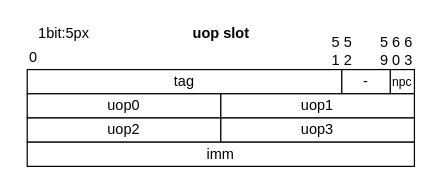
Above: src/Arch/HT/xa64/pictures/manual_uop_slot.drawio in xieby1/xieby1.github.io (draw.io), before the change. Source tidied: cells renumbered, new cells numbered last; positions are measured from the earlier drawing's top-left corner, leaving out a move shared by most shapes. Both pictures are drawn from the tidied source at 121%, with x=0, y=0 at pixel (21, 21).
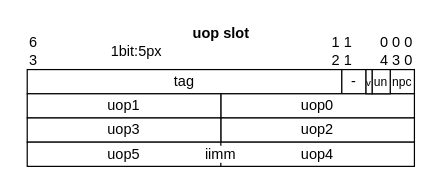
Above is the later version.

Change to the diagram source:
```diff
@@
     <mxCell id="3" value="1bit:5px" style="text;html=1;align=center;verticalAlign=middle;strokeColor=none;fillColor=none;fontFamily=mono;" parent="1" vertex="1">
-      <mxGeometry width="70" height="20" as="geometry" />
+      <mxGeometry x="60" y="15" width="70" height="20" as="geometry" />
     </mxCell>
-    <mxCell id="4" value="0" style="text;html=1;align=left;verticalAlign=middle;strokeColor=none;fillColor=none;fontFamily=mono;" parent="1" vertex="1">
-      <mxGeometry x="5" y="20" width="20" height="20" as="geometry" />
+    <mxCell id="4" value="6&lt;br&gt;3" style="text;html=1;align=left;verticalAlign=middle;strokeColor=none;fillColor=none;fontFamily=mono;" parent="1" vertex="1">
+      <mxGeometry x="5" y="10" width="20" height="30" as="geometry" />
     </mxCell>
@@
     <mxCell id="6" value="-" style="rounded=0;whiteSpace=wrap;html=1;fontFamily=mono;" parent="1" vertex="1">
-      <mxGeometry x="265" y="40" width="40" height="20" as="geometry" />
+      <mxGeometry x="265" y="40" width="20" height="20" as="geometry" />
     </mxCell>
-    <mxCell id="7" value="5&lt;br&gt;1" style="text;html=1;align=left;verticalAlign=middle;strokeColor=none;fillColor=none;fontFamily=mono;" parent="1" vertex="1">
+    <mxCell id="7" value="1&lt;br&gt;2" style="text;html=1;align=left;verticalAlign=middle;strokeColor=none;fillColor=none;fontFamily=mono;" parent="1" vertex="1">
       <mxGeometry x="255" y="10" width="20" height="30" as="geometry" />
     </mxCell>
-    <mxCell id="8" value="5&lt;br&gt;2" style="text;html=1;align=left;verticalAlign=middle;strokeColor=none;fillColor=none;fontFamily=mono;" parent="1" vertex="1">
+    <mxCell id="8" value="1&lt;br&gt;1" style="text;html=1;align=left;verticalAlign=middle;strokeColor=none;fillColor=none;fontFamily=mono;" parent="1" vertex="1">
       <mxGeometry x="265" y="10" width="20" height="30" as="geometry" />
     </mxCell>
-    <mxCell id="9" value="5&lt;br&gt;9" style="text;html=1;align=left;verticalAlign=middle;strokeColor=none;fillColor=none;fontFamily=mono;" parent="1" vertex="1">
+    <mxCell id="9" value="0&lt;br&gt;4" style="text;html=1;align=left;verticalAlign=middle;strokeColor=none;fillColor=none;fontFamily=mono;" parent="1" vertex="1">
       <mxGeometry x="295" y="10" width="20" height="30" as="geometry" />
     </mxCell>
-    <mxCell id="10" value="6&lt;br&gt;0" style="text;html=1;align=left;verticalAlign=middle;strokeColor=none;fillColor=none;fontFamily=mono;" parent="1" vertex="1">
+    <mxCell id="10" value="0&lt;br&gt;3" style="text;html=1;align=left;verticalAlign=middle;strokeColor=none;fillColor=none;fontFamily=mono;" parent="1" vertex="1">
       <mxGeometry x="305" y="10" width="20" height="30" as="geometry" />
     </mxCell>
-    <mxCell id="11" value="6&lt;br&gt;3" style="text;html=1;align=left;verticalAlign=middle;strokeColor=none;fillColor=none;fontFamily=mono;" parent="1" vertex="1">
+    <mxCell id="11" value="0&lt;br&gt;0" style="text;html=1;align=left;verticalAlign=middle;strokeColor=none;fillColor=none;fontFamily=mono;" parent="1" vertex="1">
       <mxGeometry x="315" y="10" width="20" height="30" as="geometry" />
     </mxCell>
     <mxCell id="12" value="uop0" style="rounded=0;whiteSpace=wrap;html=1;fontFamily=mono;" parent="1" vertex="1">
-      <mxGeometry x="5" y="60" width="160" height="20" as="geometry" />
+      <mxGeometry x="165" y="60" width="160" height="20" as="geometry" />
     </mxCell>
     <mxCell id="13" value="uop1" style="rounded=0;whiteSpace=wrap;html=1;fontFamily=mono;" parent="1" vertex="1">
-      <mxGeometry x="165" y="60" width="160" height="20" as="geometry" />
+      <mxGeometry x="5" y="60" width="160" height="20" as="geometry" />
     </mxCell>
     <mxCell id="14" value="uop2" style="rounded=0;whiteSpace=wrap;html=1;fontFamily=mono;" parent="1" vertex="1">
-      <mxGeometry x="5" y="80" width="160" height="20" as="geometry" />
+      <mxGeometry x="165" y="80" width="160" height="20" as="geometry" />
     </mxCell>
     <mxCell id="15" value="uop3" style="rounded=0;whiteSpace=wrap;html=1;fontFamily=mono;" parent="1" vertex="1">
-      <mxGeometry x="165" y="80" width="160" height="20" as="geometry" />
+      <mxGeometry x="5" y="80" width="160" height="20" as="geometry" />
     </mxCell>
-    <mxCell id="16" value="imm" style="rounded=0;whiteSpace=wrap;html=1;fontFamily=mono;" parent="1" vertex="1">
+    <mxCell id="16" value="iimm" style="rounded=0;whiteSpace=wrap;html=1;fontFamily=mono;" parent="1" vertex="1">
       <mxGeometry x="5" y="100" width="320" height="20" as="geometry" />
     </mxCell>
@@
+    <mxCell id="18" value="uop4" style="rounded=0;whiteSpace=wrap;html=1;fontFamily=mono;fillColor=none;dashed=1;dashPattern=1 4;strokeColor=none;" parent="1" vertex="1">
+      <mxGeometry x="165" y="100" width="160" height="20" as="geometry" />
+    </mxCell>
+    <mxCell id="19" value="uop5" style="rounded=0;whiteSpace=wrap;html=1;fontFamily=mono;fillColor=none;dashed=1;dashPattern=1 4;strokeColor=none;" parent="1" vertex="1">
+      <mxGeometry x="5" y="100" width="160" height="20" as="geometry" />
+    </mxCell>
+    <mxCell id="20" style="endArrow=none;html=1;rounded=0;" parent="1" edge="1">
+      <mxGeometry relative="1" as="geometry">
+        <mxPoint x="165" y="120" as="sourcePoint" />
+        <mxPoint x="165" y="117" as="targetPoint" />
+      </mxGeometry>
+    </mxCell>
+    <mxCell id="21" style="endArrow=none;html=1;rounded=0;" parent="1" edge="1">
+      <mxGeometry relative="1" as="geometry">
+        <mxPoint x="165" y="103" as="sourcePoint" />
+        <mxPoint x="165" y="100" as="targetPoint" />
+      </mxGeometry>
+    </mxCell>
+    <mxCell id="22" value="&lt;font style=&quot;font-size: 10px;&quot;&gt;un&lt;/font&gt;" style="rounded=0;whiteSpace=wrap;html=1;fontFamily=mono;" parent="1" vertex="1">
+      <mxGeometry x="290" y="40" width="15" height="20" as="geometry" />
+    </mxCell>
+    <mxCell id="23" value="&lt;font style=&quot;font-size: 8px;&quot;&gt;v&lt;/font&gt;" style="rounded=0;whiteSpace=wrap;html=1;fontFamily=mono;" parent="1" vertex="1">
+      <mxGeometry x="285" y="40" width="5" height="20" as="geometry" />
+    </mxCell>
```
